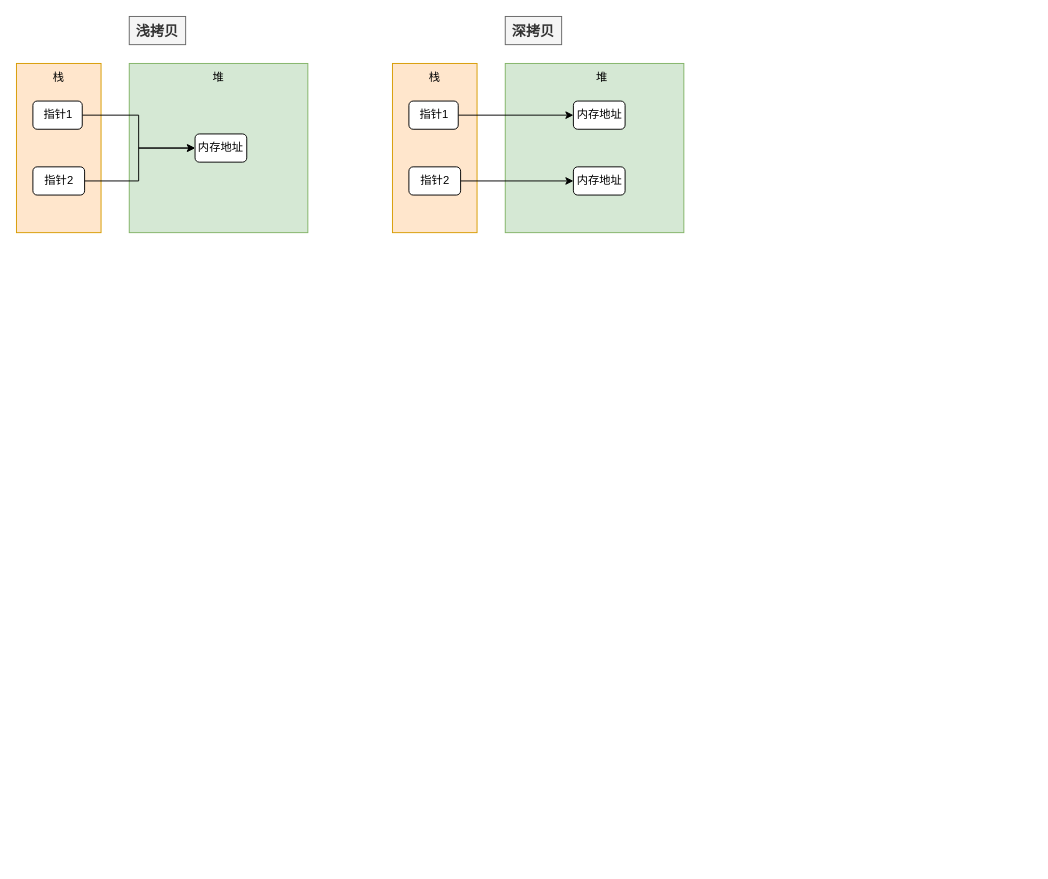
This is jvm.drawio from wustmz/oss, a draw.io file, before an edit. Source tidied: cells renumbered, new cells numbered last; positions are measured from the earlier drawing's top-left corner, leaving out a move shared by most shapes. Both pictures are drawn from the tidied source at 94%, with x=0, y=0 at pixel (16, 16).
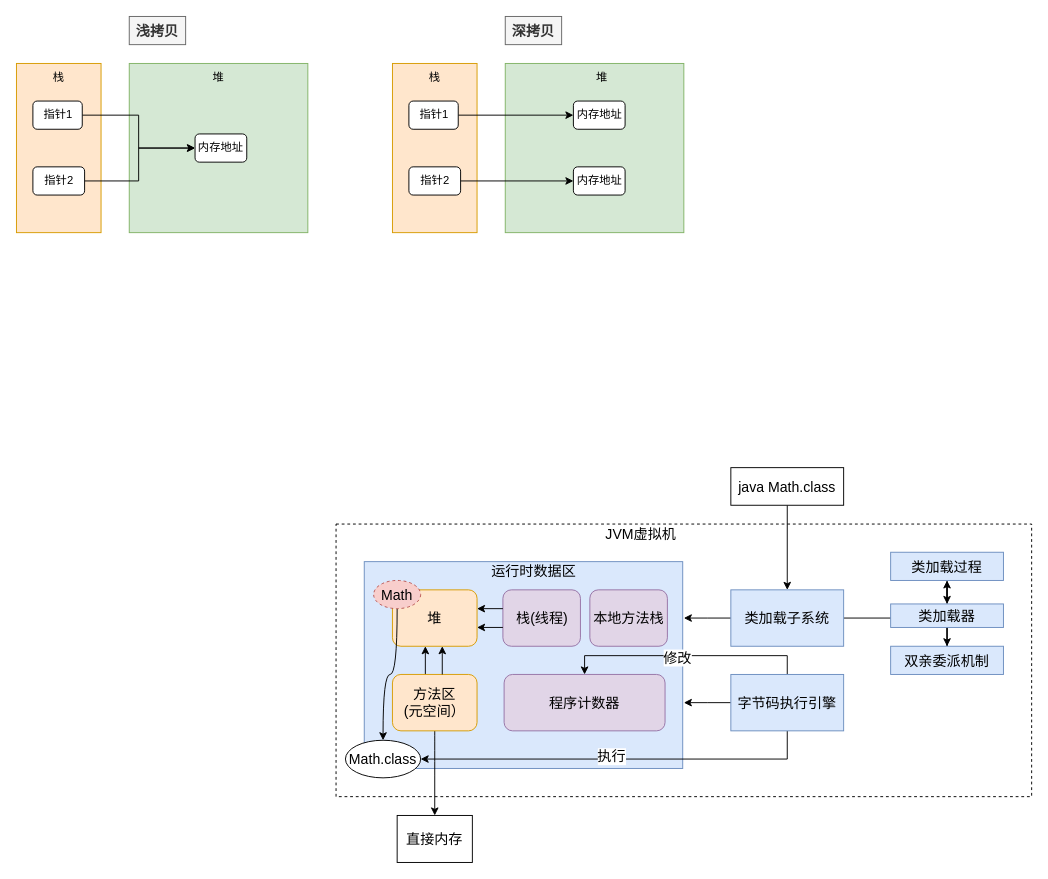
The same diagram, later.

Diff of the diagram source:
```diff
@@
+    <mxCell id="23" style="whiteSpace=wrap;html=1;rounded=0;fontSize=15;gradientColor=#ffffff;dashed=1;" parent="1" vertex="1">
+      <mxGeometry x="340" y="540" width="740" height="290" as="geometry" />
+    </mxCell>
@@
+    <mxCell id="24" style="whiteSpace=wrap;html=1;fontSize=15;rounded=0;fillColor=#dae8fc;strokeColor=#6c8ebf;" parent="1" vertex="1">
+      <mxGeometry x="370" y="580" width="338.8" height="220" as="geometry" />
+    </mxCell>
+    <mxCell id="25" value="运行时数据区" style="text;html=1;align=center;verticalAlign=middle;strokeColor=none;fillColor=none;fontSize=15;" parent="1" vertex="1">
+      <mxGeometry x="495" y="580" width="110" height="20" as="geometry" />
+    </mxCell>
+    <mxCell id="26" value="堆" style="whiteSpace=wrap;html=1;rounded=1;fontSize=15;fillColor=#ffe6cc;strokeColor=#d79b00;" parent="1" vertex="1">
+      <mxGeometry x="400" y="610" width="90" height="60" as="geometry" />
+    </mxCell>
+    <mxCell id="27" value="栈(线程)" style="whiteSpace=wrap;html=1;rounded=1;fontSize=15;fillColor=#e1d5e7;strokeColor=#9673a6;" parent="1" vertex="1">
+      <mxGeometry x="517.5" y="610" width="82.5" height="60" as="geometry" />
+    </mxCell>
+    <mxCell id="28" value="本地方法栈" style="whiteSpace=wrap;html=1;rounded=1;fontSize=15;fillColor=#e1d5e7;strokeColor=#9673a6;" parent="1" vertex="1">
+      <mxGeometry x="610" y="610" width="82.5" height="60" as="geometry" />
+    </mxCell>
+    <mxCell id="29" style="endArrow=classic;html=1;rounded=0;fontSize=15;exitX=0;exitY=0.5;exitDx=0;exitDy=0;entryX=1;entryY=0.5;entryDx=0;entryDy=0;" parent="1" edge="1">
+      <mxGeometry relative="1" as="geometry">
+        <mxPoint x="517.5" y="630" as="sourcePoint" />
+        <mxPoint x="490" y="630" as="targetPoint" />
+      </mxGeometry>
+    </mxCell>
+    <mxCell id="30" style="endArrow=classic;html=1;rounded=0;fontSize=15;exitX=0;exitY=0.5;exitDx=0;exitDy=0;entryX=1;entryY=0.5;entryDx=0;entryDy=0;" parent="1" edge="1">
+      <mxGeometry relative="1" as="geometry">
+        <mxPoint x="517.5" y="650" as="sourcePoint" />
+        <mxPoint x="490" y="650" as="targetPoint" />
+      </mxGeometry>
+    </mxCell>
+    <mxCell id="31" value="程序计数器" style="whiteSpace=wrap;html=1;rounded=1;fontSize=15;fillColor=#e1d5e7;strokeColor=#9673a6;" parent="1" vertex="1">
+      <mxGeometry x="518.8" y="700" width="171.2" height="60" as="geometry" />
+    </mxCell>
+    <mxCell id="32" style="edgeStyle=orthogonalEdgeStyle;rounded=0;orthogonalLoop=1;jettySize=auto;html=1;entryX=0.5;entryY=1;entryDx=0;entryDy=0;fontSize=15;" parent="1" edge="1">
+      <mxGeometry relative="1" as="geometry">
+        <mxPoint x="435" y="700" as="sourcePoint" />
+        <mxPoint x="435" y="670" as="targetPoint" />
+      </mxGeometry>
+    </mxCell>
+    <mxCell id="33" style="edgeStyle=orthogonalEdgeStyle;curved=1;rounded=0;jettySize=auto;html=1;entryX=0.5;entryY=0;entryDx=0;entryDy=0;fontSize=15;" parent="1" edge="1" source="34" target="56">
+      <mxGeometry relative="1" as="geometry" />
+    </mxCell>
+    <mxCell id="34" value="方法区&lt;br&gt;(元空间）" style="whiteSpace=wrap;html=1;rounded=1;fontSize=15;fillColor=#ffe6cc;strokeColor=#d79b00;" parent="1" vertex="1">
+      <mxGeometry x="400" y="700" width="90" height="60" as="geometry" />
+    </mxCell>
+    <mxCell id="35" style="edgeStyle=orthogonalEdgeStyle;rounded=0;jettySize=auto;html=1;fontSize=15;" parent="1" edge="1" source="37">
+      <mxGeometry relative="1" as="geometry">
+        <mxPoint x="710" y="640" as="targetPoint" />
+      </mxGeometry>
+    </mxCell>
+    <mxCell id="36" style="edgeStyle=orthogonalEdgeStyle;rounded=0;jettySize=auto;html=1;fontSize=15;" parent="1" edge="1" source="37" target="47">
+      <mxGeometry relative="1" as="geometry" />
+    </mxCell>
+    <mxCell id="37" value="类加载子系统" style="whiteSpace=wrap;html=1;rounded=0;fontSize=15;fillColor=#dae8fc;strokeColor=#6c8ebf;" parent="1" vertex="1">
+      <mxGeometry x="760" y="610" width="120" height="60" as="geometry" />
+    </mxCell>
+    <mxCell id="38" style="edgeStyle=orthogonalEdgeStyle;rounded=0;jettySize=auto;html=1;entryX=0.5;entryY=0;entryDx=0;entryDy=0;fontSize=15;exitX=0.5;exitY=0;exitDx=0;exitDy=0;" parent="1" edge="1" source="43" target="31">
+      <mxGeometry relative="1" as="geometry">
+        <Array as="points">
+          <mxPoint x="820" y="680" />
+          <mxPoint x="604" y="680" />
+        </Array>
+      </mxGeometry>
+    </mxCell>
+    <mxCell id="39" value="修改" style="edgeLabel;html=1;align=center;verticalAlign=middle;fontSize=15;" parent="38" vertex="1">
+      <mxGeometry x="0.08" y="1" relative="1" as="geometry" />
+    </mxCell>
+    <mxCell id="40" style="edgeStyle=orthogonalEdgeStyle;rounded=0;jettySize=auto;html=1;fontSize=15;" parent="1" edge="1" source="43">
+      <mxGeometry relative="1" as="geometry">
+        <mxPoint x="710" y="730" as="targetPoint" />
+      </mxGeometry>
+    </mxCell>
+    <mxCell id="41" style="edgeStyle=orthogonalEdgeStyle;rounded=0;jettySize=auto;html=1;entryX=1;entryY=0.5;entryDx=0;entryDy=0;fontSize=15;" parent="1" edge="1" source="43" target="51">
+      <mxGeometry relative="1" as="geometry">
+        <Array as="points">
+          <mxPoint x="820" y="790" />
+        </Array>
+      </mxGeometry>
+    </mxCell>
+    <mxCell id="42" value="执行" style="edgeLabel;html=1;align=center;verticalAlign=middle;fontSize=15;" parent="41" vertex="1">
+      <mxGeometry x="0.04" y="-4" relative="1" as="geometry" />
+    </mxCell>
+    <mxCell id="43" value="字节码执行引擎" style="whiteSpace=wrap;html=1;rounded=0;fontSize=15;fillColor=#dae8fc;strokeColor=#6c8ebf;" parent="1" vertex="1">
+      <mxGeometry x="760" y="700" width="120" height="60" as="geometry" />
+    </mxCell>
+    <mxCell id="44" style="edgeStyle=orthogonalEdgeStyle;rounded=0;jettySize=auto;html=1;entryX=0.5;entryY=0;entryDx=0;entryDy=0;fontSize=15;" parent="1" edge="1" source="45" target="37">
+      <mxGeometry relative="1" as="geometry" />
+    </mxCell>
+    <mxCell id="45" value="java Math.class" style="whiteSpace=wrap;html=1;rounded=0;fontSize=15;gradientColor=#ffffff;" parent="1" vertex="1">
+      <mxGeometry x="760" y="480" width="120" height="40" as="geometry" />
+    </mxCell>
+    <mxCell id="46" style="edgeStyle=orthogonalEdgeStyle;rounded=0;jettySize=auto;html=1;fontSize=15;" parent="1" edge="1" source="47" target="49">
+      <mxGeometry relative="1" as="geometry" />
+    </mxCell>
+    <mxCell id="47" value="类加载过程" style="whiteSpace=wrap;html=1;fontSize=15;fillColor=#dae8fc;strokeColor=#6c8ebf;rounded=0;" parent="1" vertex="1">
+      <mxGeometry x="930" y="570" width="120" height="30" as="geometry" />
+    </mxCell>
+    <mxCell id="48" style="edgeStyle=orthogonalEdgeStyle;rounded=0;jettySize=auto;html=1;fontSize=15;" parent="1" edge="1" source="49" target="50">
+      <mxGeometry relative="1" as="geometry" />
+    </mxCell>
+    <mxCell id="49" value="类加载器" style="whiteSpace=wrap;html=1;fontSize=15;fillColor=#dae8fc;strokeColor=#6c8ebf;rounded=0;" parent="1" vertex="1">
+      <mxGeometry x="930" y="625" width="120" height="25" as="geometry" />
+    </mxCell>
+    <mxCell id="50" value="双亲委派机制" style="whiteSpace=wrap;html=1;fontSize=15;fillColor=#dae8fc;strokeColor=#6c8ebf;rounded=0;" parent="1" vertex="1">
+      <mxGeometry x="930" y="670" width="120" height="30" as="geometry" />
+    </mxCell>
+    <mxCell id="51" value="Math.class" style="ellipse;whiteSpace=wrap;html=1;rounded=0;fontSize=15;gradientColor=#ffffff;" parent="1" vertex="1">
+      <mxGeometry x="350" y="770" width="80" height="40" as="geometry" />
+    </mxCell>
+    <mxCell id="52" value="JVM虚拟机" style="text;html=1;align=center;verticalAlign=middle;strokeColor=none;fillColor=none;fontSize=15;" parent="1" vertex="1">
+      <mxGeometry x="618.8" y="540" width="90" height="20" as="geometry" />
+    </mxCell>
+    <mxCell id="53" style="edgeStyle=orthogonalEdgeStyle;rounded=0;jettySize=auto;html=1;entryX=0.5;entryY=0;entryDx=0;entryDy=0;fontSize=15;curved=1;" parent="1" edge="1" source="54" target="51">
+      <mxGeometry relative="1" as="geometry" />
+    </mxCell>
+    <mxCell id="54" value="Math" style="ellipse;whiteSpace=wrap;html=1;rounded=0;dashed=1;fontSize=15;fillColor=#f8cecc;strokeColor=#b85450;" parent="1" vertex="1">
+      <mxGeometry x="380" y="600" width="50" height="30" as="geometry" />
+    </mxCell>
+    <mxCell id="55" style="edgeStyle=orthogonalEdgeStyle;rounded=0;orthogonalLoop=1;jettySize=auto;html=1;entryX=0.5;entryY=1;entryDx=0;entryDy=0;fontSize=15;" parent="1" edge="1">
+      <mxGeometry relative="1" as="geometry">
+        <mxPoint x="453" y="700" as="sourcePoint" />
+        <mxPoint x="453" y="670" as="targetPoint" />
+      </mxGeometry>
+    </mxCell>
+    <mxCell id="56" value="直接内存" style="whiteSpace=wrap;html=1;rounded=0;fontSize=15;gradientColor=#ffffff;" parent="1" vertex="1">
+      <mxGeometry x="405" y="850" width="80" height="50" as="geometry" />
+    </mxCell>
```
